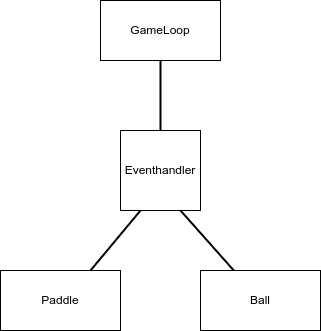
Earlier version of the draw.io export dokumentaatio/kuvat/luokkakaavio.png (katajak/ot-harjoitustyo). Source tidied: cells renumbered, new cells last; positions are measured from the earlier drawing's top-left corner, leaving out a move shared by most shapes.
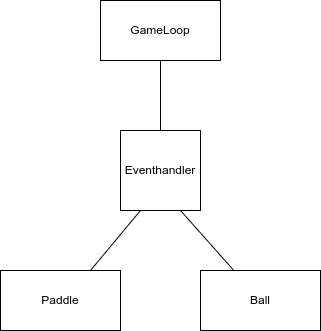
The same file after the commit.

What changed in the source:
```diff
@@ -1,4 +1,4 @@
-<mxGraphModel>
+<mxGraphModel background="#FFFFFF">
   <root>
     <mxCell id="0" />
     <mxCell id="1" parent="0" />
@@ -14,13 +14,13 @@
     <mxCell id="5" value="Ball" style="rounded=0;whiteSpace=wrap;html=1;" parent="1" vertex="1">
       <mxGeometry x="200" y="270" width="120" height="60" as="geometry" />
     </mxCell>
-    <mxCell id="6" style="endArrow=none;html=1;rounded=0;entryX=0.25;entryY=1;entryDx=0;entryDy=0;exitX=0.75;exitY=0;exitDx=0;exitDy=0;strokeWidth=2;" parent="1" edge="1" source="4" target="2">
+    <mxCell id="6" style="endArrow=none;html=1;rounded=0;entryX=0.25;entryY=1;entryDx=0;entryDy=0;exitX=0.75;exitY=0;exitDx=0;exitDy=0;strokeWidth=1;" parent="1" edge="1" source="4" target="2">
       <mxGeometry relative="1" as="geometry" />
     </mxCell>
-    <mxCell id="7" style="endArrow=none;html=1;rounded=0;entryX=0.75;entryY=1;entryDx=0;entryDy=0;strokeWidth=2;" parent="1" edge="1" source="5" target="2">
+    <mxCell id="7" style="endArrow=none;html=1;rounded=0;entryX=0.75;entryY=1;entryDx=0;entryDy=0;strokeWidth=1;" parent="1" edge="1" source="5" target="2">
       <mxGeometry relative="1" as="geometry" />
     </mxCell>
-    <mxCell id="8" style="endArrow=none;html=1;rounded=0;exitX=0.5;exitY=0;exitDx=0;exitDy=0;strokeWidth=2;" parent="1" edge="1" source="2" target="3">
+    <mxCell id="8" style="endArrow=none;html=1;rounded=0;exitX=0.5;exitY=0;exitDx=0;exitDy=0;strokeWidth=1;" parent="1" edge="1" source="2" target="3">
       <mxGeometry relative="1" as="geometry" />
     </mxCell>
   </root>
```
